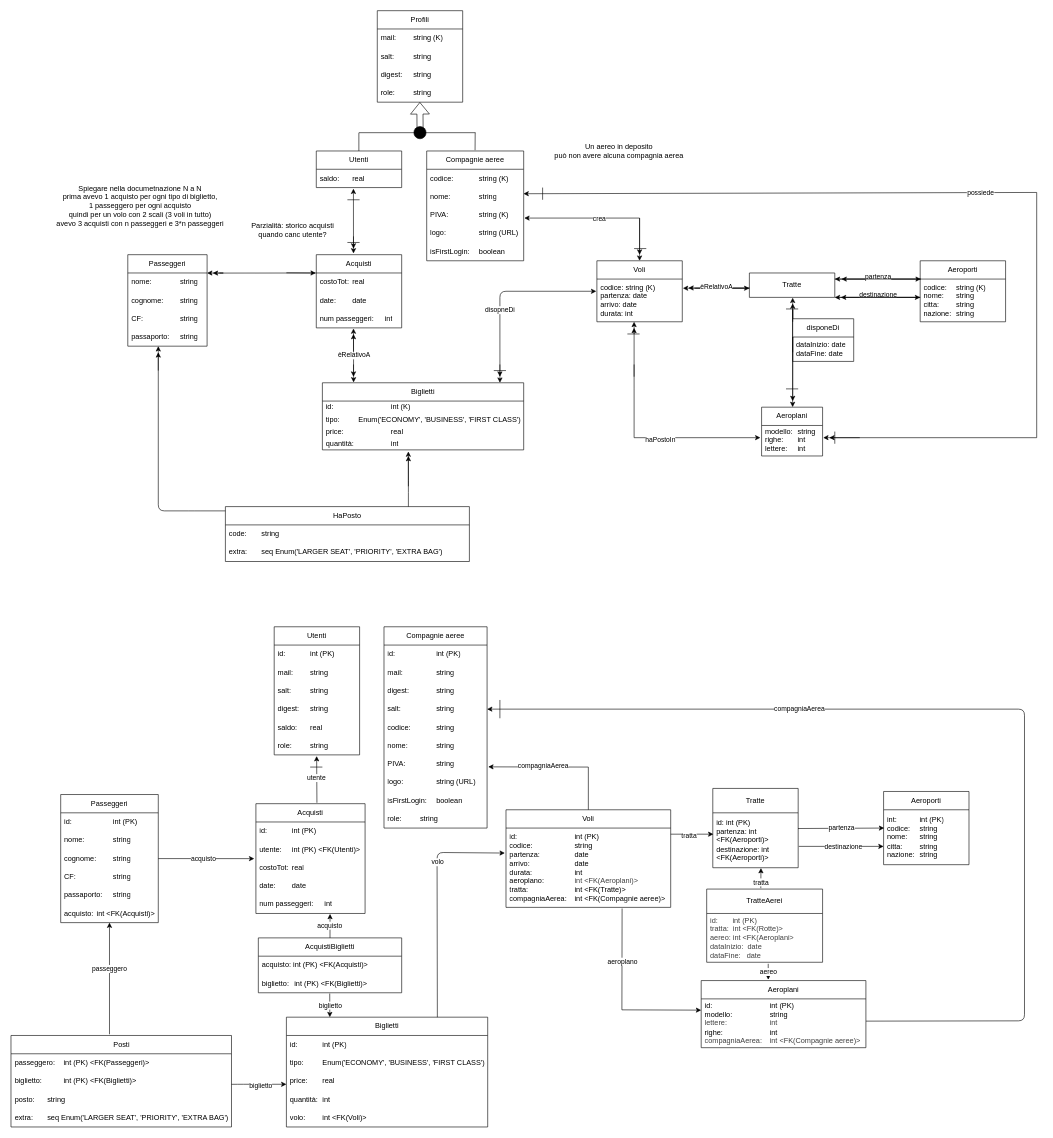
The draw.io diagram BD/DB.drawio in giovanni-quacchia/Airports_projects, before the edit. Source tidied: cells renumbered, new cells numbered last; positions are measured from the earlier drawing's top-left corner, leaving out a move shared by most shapes. Both pictures are drawn from the tidied source at 61%, with x=0, y=0 at pixel (10, 10).
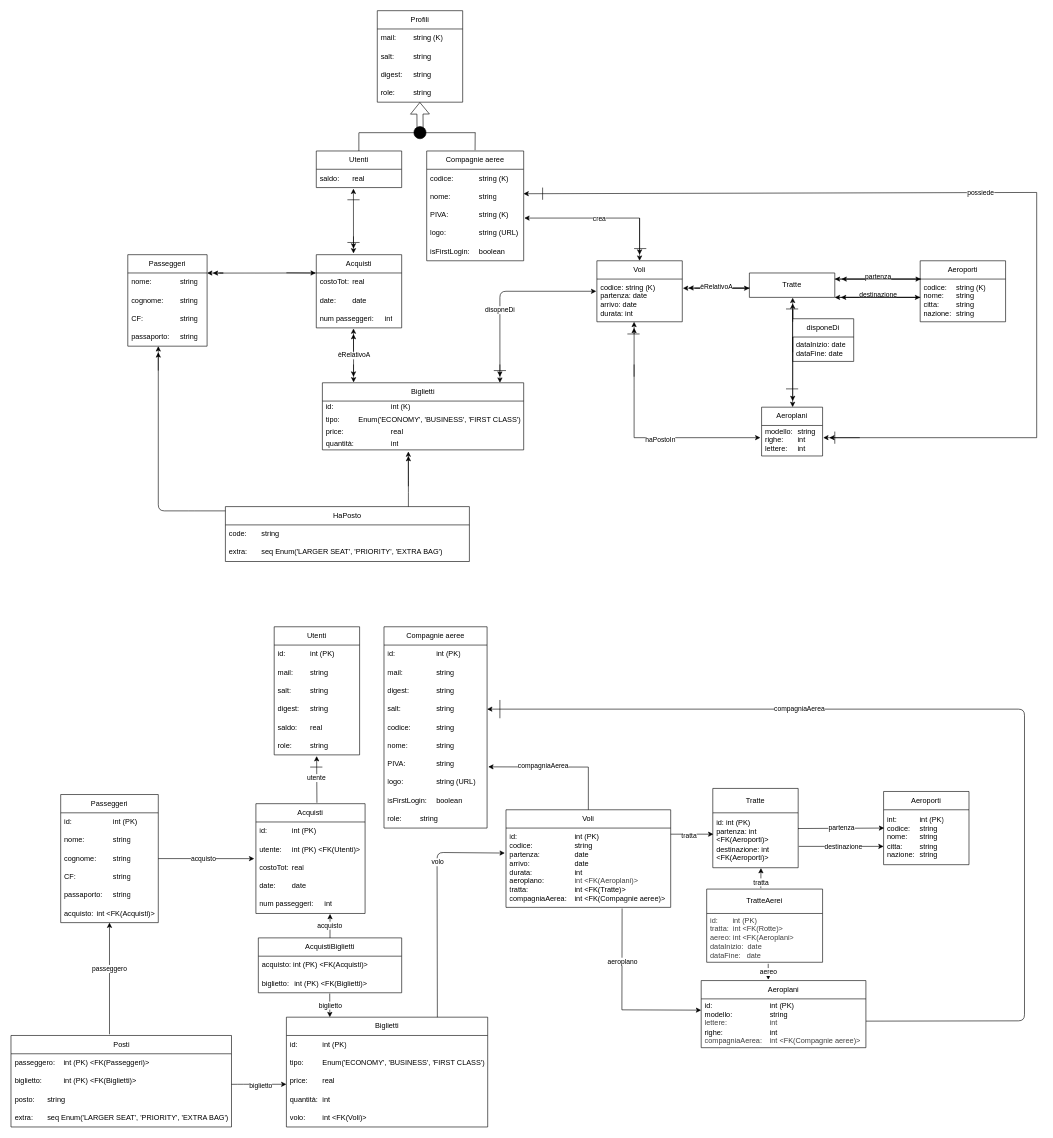
After the change.

Diff of the diagram source:
```diff
@@
-    <mxCell id="171" value="Spiegare nella documetnazione N a N&lt;br&gt;prima avevo 1 acquisto per ogni tipo di biglietto,&lt;div&gt;1 passeggero per ogni acquisto&lt;br&gt;quindi per un volo con 2 scali (3 voli in tutto)&lt;br&gt;avevo 3 acquisti con n passeggeri e 3*n passeggeri&lt;/div&gt;" style="text;html=1;align=center;verticalAlign=middle;strokeColor=none;fillColor=none;" parent="1" vertex="1">
-      <mxGeometry x="62" y="275" width="300" height="90" as="geometry" />
-    </mxCell>
@@
-    <mxCell id="176" value="Parzialità: storico acquisti&lt;div&gt;quando canc utente?&lt;/div&gt;" style="text;html=1;align=center;verticalAlign=middle;strokeColor=none;fillColor=none;" parent="1" vertex="1">
-      <mxGeometry x="382" y="340" width="160" height="40" as="geometry" />
-    </mxCell>
@@
-    <mxCell id="179" value="Un aereo in deposito&lt;div&gt;può non avere alcuna compagnia aerea&lt;/div&gt;" style="text;html=1;align=center;verticalAlign=middle;strokeColor=none;fillColor=none;" parent="1" vertex="1">
-      <mxGeometry x="882" y="210" width="230" height="40" as="geometry" />
-    </mxCell>
```
